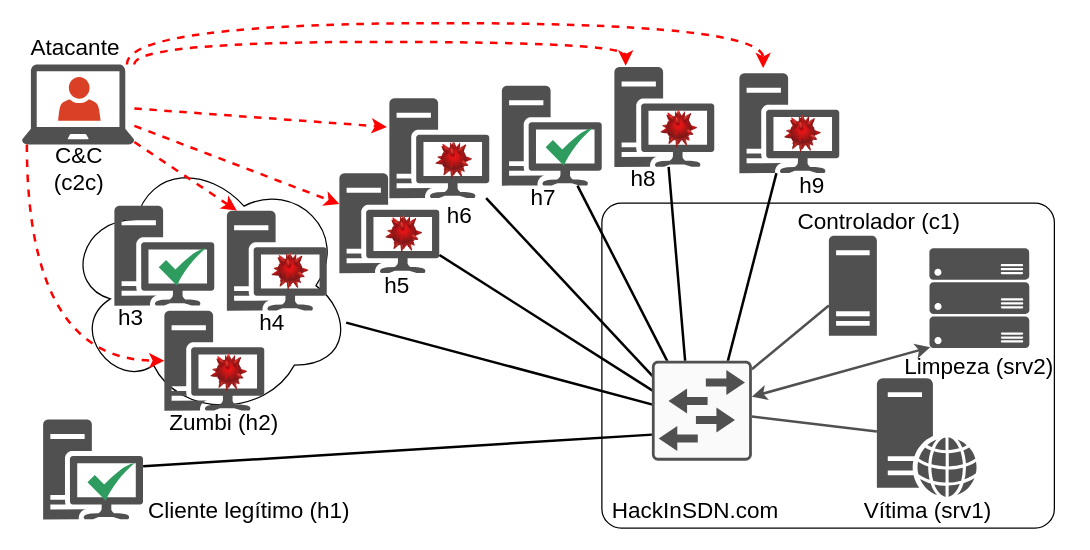
hackinsdn/labs keeps this draw.io diagram as lab04-ddos/topology.drawio. Above is the earlier version. Source tidied: cells renumbered, new cells numbered last; positions are measured from the earlier drawing's top-left corner, leaving out a move shared by most shapes. Both pictures are drawn from the tidied source at 125%, with x=0, y=0 at pixel (21, 22).
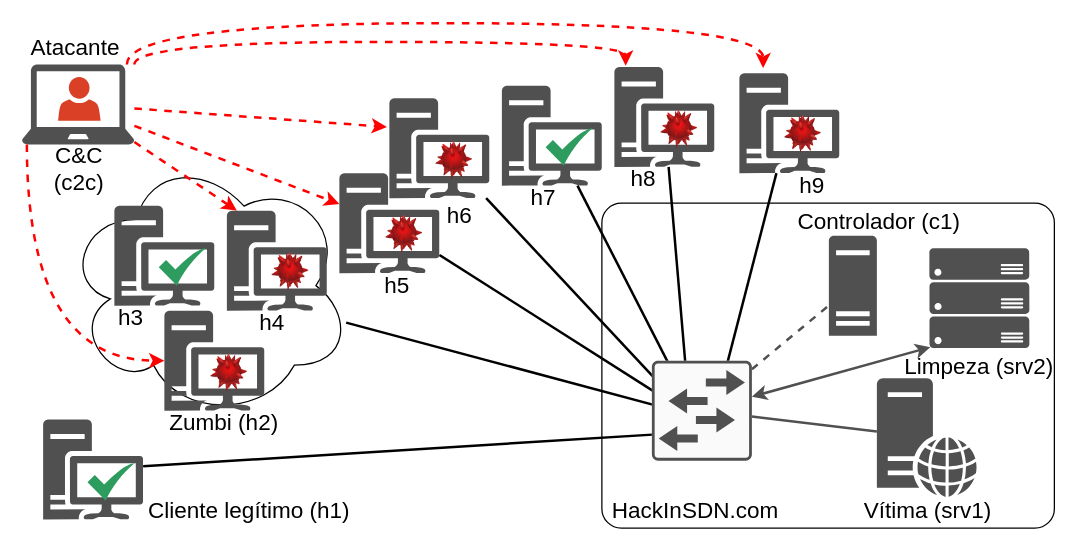
Above is the later version.

Commit message (it also covers changes not shown here):
update lab topology, adding manifest and adding scripts

Unchanged cells that the change refers to:
```xml
<mxCell id="29" style="points=[[0.015,0.015,0],[0.985,0.015,0],[0.985,0.985,0],[0.015,0.985,0],[0.25,0,0],[0.5,0,0],[0.75,0,0],[1,0.25,0],[1,0.5,0],[1,0.75,0],[0.75,1,0],[0.5,1,0],[0.25,1,0],[0,0.75,0],[0,0.5,0],[0,0.25,0]];verticalLabelPosition=bottom;html=1;verticalAlign=top;align=center;shape=mxgraph.cisco19.rect;prIcon=workgroup_switch;fillColor=#FAFAFA;strokeColor=#505050;fontSize=18;" parent="1" vertex="1">
  <mxGeometry x="504" y="270" width="80" height="80" as="geometry" />
</mxCell>
<mxCell id="56" style="shadow=0;dashed=0;html=1;strokeColor=none;labelPosition=center;verticalLabelPosition=bottom;verticalAlign=top;align=center;fillColor=#505050;shape=mxgraph.mscae.enterprise.server_generic;fontSize=18;" parent="1" vertex="1">
  <mxGeometry x="645.6" y="170" width="38.4" height="80" as="geometry" />
</mxCell>
```

The edit, as a diff of the source:
```diff
@@
-    <mxCell id="28" style="rounded=0;jettySize=auto;html=1;startArrow=none;startFill=0;endArrow=none;endFill=0;strokeColor=#505050;strokeWidth=2;fontSize=18;" parent="1" edge="1" source="29" target="56">
+    <mxCell id="28" style="rounded=0;jettySize=auto;html=1;startArrow=none;startFill=0;endArrow=none;endFill=0;strokeColor=#505050;strokeWidth=2;fontSize=18;dashed=1;" parent="1" edge="1" source="29" target="56">
       <mxGeometry relative="1" as="geometry" />
     </mxCell>
```
